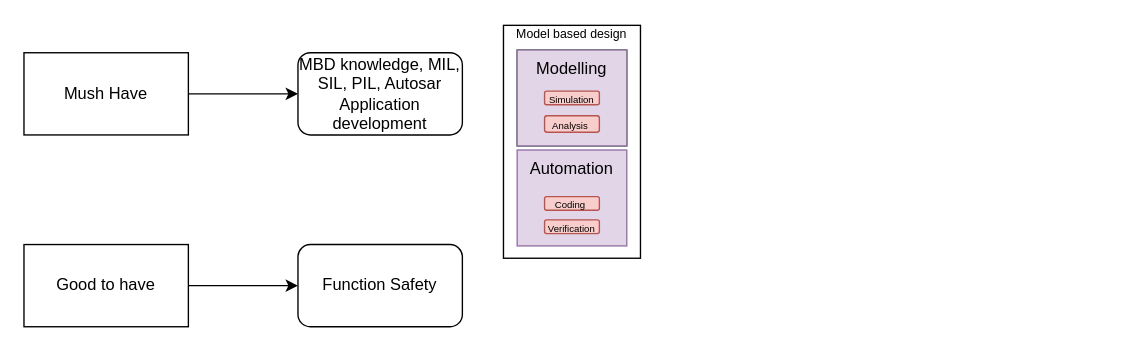
bapukokare/assignment keeps this draw.io diagram as maintenance comparision.drawio. Above is the earlier version. Source tidied: cells renumbered, new cells numbered last; positions are measured from the earlier drawing's top-left corner, leaving out a move shared by most shapes. Both pictures are drawn from the tidied source at 137%, with x=0, y=0 at pixel (23, 25).
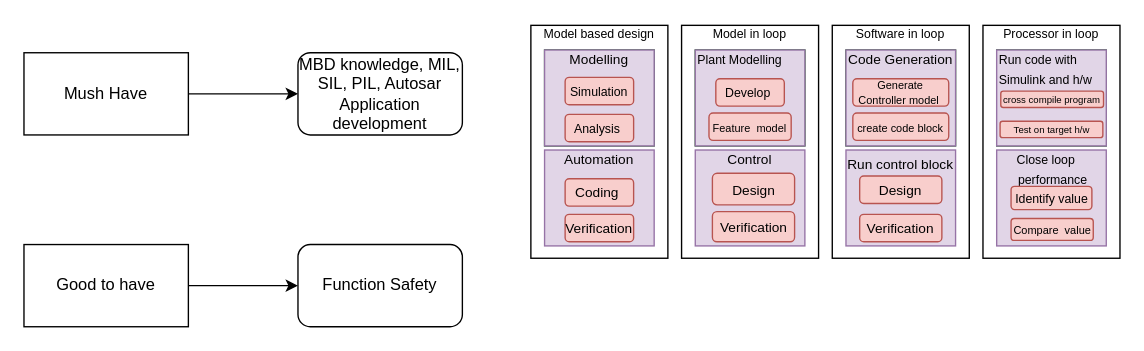
The same diagram, later.

Unchanged cells that the change refers to:
```xml
<mxCell id="10" style="group;" parent="8" vertex="1">
  <mxGeometry x="10" y="18" width="80" height="143" as="geometry" />
</mxCell>
<mxCell id="14" style="group;fillColor=#008a00;fontColor=#ffffff;strokeColor=#005700;" parent="10" vertex="1">
  <mxGeometry width="80" height="70" as="geometry" />
</mxCell>
```

Diff of the diagram source:
```diff
@@
     <mxCell id="8" style="group;" parent="1" vertex="1">
-      <mxGeometry x="350" width="100" height="170" as="geometry" />
+      <mxGeometry x="370" width="100" height="170" as="geometry" />
     </mxCell>
@@
-    <mxCell id="11" value="Automation&lt;br&gt;&lt;br&gt;&lt;br&gt;&lt;br&gt;" style="rounded=0;whiteSpace=wrap;html=1;fillColor=#e1d5e7;strokeColor=#9673a6;" parent="10" vertex="1">
+    <mxCell id="11" value="&lt;font style=&quot;font-size: 10px;&quot;&gt;Automation&lt;br&gt;&lt;br&gt;&lt;br&gt;&lt;br&gt;&lt;br&gt;&lt;/font&gt;" style="rounded=0;whiteSpace=wrap;html=1;fillColor=#e1d5e7;strokeColor=#9673a6;" parent="10" vertex="1">
       <mxGeometry y="73" width="80" height="70" as="geometry" />
     </mxCell>
-    <mxCell id="12" value="&lt;font style=&quot;font-size: 7px;&quot;&gt;Coding&amp;nbsp;&lt;/font&gt;" style="rounded=1;whiteSpace=wrap;html=1;align=center;fillColor=#f8cecc;strokeColor=#b85450;" parent="10" vertex="1">
-      <mxGeometry x="20" y="107" width="40" height="10" as="geometry" />
+    <mxCell id="12" value="&lt;font style=&quot;font-size: 10px;&quot;&gt;Coding&amp;nbsp;&lt;/font&gt;" style="rounded=1;whiteSpace=wrap;html=1;align=center;fillColor=#f8cecc;strokeColor=#b85450;" parent="10" vertex="1">
+      <mxGeometry x="15" y="94" width="50" height="20" as="geometry" />
     </mxCell>
-    <mxCell id="13" value="&lt;font style=&quot;font-size: 7px;&quot;&gt;Verification&lt;/font&gt;" style="rounded=1;whiteSpace=wrap;html=1;align=center;fillColor=#f8cecc;strokeColor=#b85450;" parent="10" vertex="1">
-      <mxGeometry x="20" y="124" width="40" height="10" as="geometry" />
+    <mxCell id="13" value="&lt;font style=&quot;font-size: 10px;&quot;&gt;Verification&lt;/font&gt;" style="rounded=1;whiteSpace=wrap;html=1;align=center;fillColor=#f8cecc;strokeColor=#b85450;" parent="10" vertex="1">
+      <mxGeometry x="15" y="120" width="50" height="20" as="geometry" />
     </mxCell>
@@
-    <mxCell id="15" value="Modelling&lt;br&gt;&lt;br&gt;&lt;br&gt;&lt;br&gt;" style="rounded=0;whiteSpace=wrap;html=1;fillColor=#e1d5e7;strokeColor=#9673a6;" parent="14" vertex="1">
+    <mxCell id="15" value="&lt;font style=&quot;font-size: 10px;&quot;&gt;Modelling&lt;br&gt;&lt;br&gt;&lt;br&gt;&lt;br&gt;&lt;br&gt;&lt;/font&gt;" style="rounded=0;whiteSpace=wrap;html=1;fillColor=#e1d5e7;strokeColor=#9673a6;" parent="14" vertex="1">
       <mxGeometry width="80" height="70" as="geometry" />
     </mxCell>
+    <mxCell id="17" value="&lt;font style=&quot;font-size: 9px;&quot;&gt;Analysis&amp;nbsp;&lt;/font&gt;" style="rounded=1;whiteSpace=wrap;html=1;align=center;fillColor=#f8cecc;strokeColor=#b85450;" parent="14" vertex="1">
+      <mxGeometry x="15" y="47" width="50" height="20" as="geometry" />
+    </mxCell>
-    <mxCell id="16" value="&lt;font style=&quot;font-size: 7px;&quot;&gt;Simulation&lt;/font&gt;" style="rounded=1;whiteSpace=wrap;html=1;align=center;fillColor=#f8cecc;strokeColor=#b85450;" parent="14" vertex="1">
-      <mxGeometry x="20" y="30" width="40" height="10" as="geometry" />
+    <mxCell id="16" value="&lt;font style=&quot;font-size: 9px;&quot;&gt;Simulation&lt;/font&gt;" style="rounded=1;whiteSpace=wrap;html=1;align=center;fillColor=#f8cecc;strokeColor=#b85450;" parent="10" vertex="1">
+      <mxGeometry x="15" y="20" width="50" height="20" as="geometry" />
     </mxCell>
-    <mxCell id="17" value="&lt;font style=&quot;font-size: 7px;&quot;&gt;Analysis&amp;nbsp;&lt;/font&gt;" style="rounded=1;whiteSpace=wrap;html=1;align=center;fillColor=#f8cecc;strokeColor=#b85450;" parent="14" vertex="1">
-      <mxGeometry x="20" y="48" width="40" height="12" as="geometry" />
-    </mxCell>
+    <mxCell id="18" style="group;" parent="1" vertex="1">
+      <mxGeometry x="480" width="100" height="170" as="geometry" />
+    </mxCell>
+    <mxCell id="19" value="&lt;font style=&quot;font-size: 9px;&quot;&gt;Model in loop&lt;br&gt;&lt;br&gt;&lt;br&gt;&lt;br&gt;&lt;br&gt;&lt;br&gt;&lt;br&gt;&lt;br&gt;&lt;br&gt;&lt;br&gt;&lt;br&gt;&lt;br&gt;&lt;/font&gt;" style="rounded=0;whiteSpace=wrap;html=1;" parent="18" vertex="1">
+      <mxGeometry width="100" height="170" as="geometry" />
+    </mxCell>
+    <mxCell id="20" style="group;" parent="18" vertex="1">
+      <mxGeometry x="10" y="18" width="80" height="143" as="geometry" />
+    </mxCell>
+    <mxCell id="21" value="&lt;font style=&quot;font-size: 10px;&quot;&gt;Control&lt;br&gt;&lt;br&gt;&lt;br&gt;&lt;br&gt;&lt;br&gt;&lt;/font&gt;" style="rounded=0;whiteSpace=wrap;html=1;fillColor=#e1d5e7;strokeColor=#9673a6;" parent="20" vertex="1">
+      <mxGeometry y="73" width="80" height="70" as="geometry" />
+    </mxCell>
+    <mxCell id="22" value="&lt;font style=&quot;font-size: 10px;&quot;&gt;Design&lt;/font&gt;" style="rounded=1;whiteSpace=wrap;html=1;align=center;fillColor=#f8cecc;strokeColor=#b85450;" parent="20" vertex="1">
+      <mxGeometry x="12.5" y="90" width="60" height="23" as="geometry" />
+    </mxCell>
+    <mxCell id="23" value="&lt;font style=&quot;font-size: 10px;&quot;&gt;Verification&lt;/font&gt;" style="rounded=1;whiteSpace=wrap;html=1;align=center;fillColor=#f8cecc;strokeColor=#b85450;" parent="20" vertex="1">
+      <mxGeometry x="12.5" y="118" width="60" height="22" as="geometry" />
+    </mxCell>
+    <mxCell id="24" style="group;fillColor=#008a00;fontColor=#ffffff;strokeColor=#005700;" parent="20" vertex="1">
+      <mxGeometry width="80" height="70" as="geometry" />
+    </mxCell>
+    <mxCell id="25" value="&lt;font style=&quot;font-size: 9px;&quot;&gt;&lt;font style=&quot;font-size: 9px;&quot;&gt;Plant Modelling&lt;br&gt;&lt;br&gt;&lt;/font&gt;&lt;br&gt;&lt;br&gt;&lt;br&gt;&lt;/font&gt;" style="rounded=0;whiteSpace=wrap;html=1;fillColor=#e1d5e7;strokeColor=#9673a6;align=left;" parent="24" vertex="1">
+      <mxGeometry width="80" height="70" as="geometry" />
+    </mxCell>
+    <mxCell id="26" value="&lt;font style=&quot;font-size: 9px;&quot;&gt;Develop&amp;nbsp;&lt;/font&gt;" style="rounded=1;whiteSpace=wrap;html=1;align=center;fillColor=#f8cecc;strokeColor=#b85450;" parent="24" vertex="1">
+      <mxGeometry x="15" y="21" width="50" height="20" as="geometry" />
+    </mxCell>
+    <mxCell id="27" value="&lt;p style=&quot;line-height: 100%;&quot;&gt;&lt;font style=&quot;font-size: 8px;&quot;&gt;Feature&amp;nbsp; model&lt;/font&gt;&lt;/p&gt;" style="rounded=1;whiteSpace=wrap;html=1;align=center;fillColor=#f8cecc;strokeColor=#b85450;" parent="24" vertex="1">
+      <mxGeometry x="10" y="46" width="60" height="20" as="geometry" />
+    </mxCell>
+    <mxCell id="28" style="group;" parent="1" vertex="1">
+      <mxGeometry x="590" width="100" height="170" as="geometry" />
+    </mxCell>
+    <mxCell id="29" value="&lt;font style=&quot;font-size: 9px;&quot;&gt;Software in loop&lt;br&gt;&lt;br&gt;&lt;br&gt;&lt;br&gt;&lt;br&gt;&lt;br&gt;&lt;br&gt;&lt;br&gt;&lt;br&gt;&lt;br&gt;&lt;br&gt;&lt;br&gt;&lt;/font&gt;" style="rounded=0;whiteSpace=wrap;html=1;" parent="28" vertex="1">
+      <mxGeometry width="100" height="170" as="geometry" />
+    </mxCell>
+    <mxCell id="30" style="group;" parent="28" vertex="1">
+      <mxGeometry x="10" y="18" width="80" height="143" as="geometry" />
+    </mxCell>
+    <mxCell id="31" value="&lt;p style=&quot;line-height: 80%; font-size: 10px;&quot;&gt;Run control block&lt;br&gt;&lt;br&gt;&lt;br&gt;&lt;br&gt;&lt;br&gt;&lt;/p&gt;&lt;p style=&quot;line-height: 80%; font-size: 10px;&quot;&gt;&lt;br&gt;&lt;/p&gt;" style="rounded=0;whiteSpace=wrap;html=1;fillColor=#e1d5e7;strokeColor=#9673a6;" parent="30" vertex="1">
+      <mxGeometry y="73" width="80" height="70" as="geometry" />
+    </mxCell>
+    <mxCell id="32" value="&lt;font style=&quot;font-size: 10px;&quot;&gt;Design&lt;/font&gt;" style="rounded=1;whiteSpace=wrap;html=1;align=center;fillColor=#f8cecc;strokeColor=#b85450;" parent="30" vertex="1">
+      <mxGeometry x="10" y="92" width="60" height="20" as="geometry" />
+    </mxCell>
+    <mxCell id="33" value="&lt;font style=&quot;font-size: 10px;&quot;&gt;Verification&lt;/font&gt;" style="rounded=1;whiteSpace=wrap;html=1;align=center;fillColor=#f8cecc;strokeColor=#b85450;" parent="30" vertex="1">
+      <mxGeometry x="10" y="120" width="60" height="20" as="geometry" />
+    </mxCell>
+    <mxCell id="34" style="group;fillColor=#008a00;fontColor=#ffffff;strokeColor=#005700;" parent="30" vertex="1">
+      <mxGeometry width="80" height="70" as="geometry" />
+    </mxCell>
+    <mxCell id="35" value="&lt;font style=&quot;font-size: 10px;&quot;&gt;&lt;font style=&quot;font-size: 10px;&quot;&gt;Code Generation&lt;br&gt;&lt;br&gt;&lt;/font&gt;&lt;br&gt;&lt;br&gt;&lt;br&gt;&lt;/font&gt;" style="rounded=0;whiteSpace=wrap;html=1;fillColor=#e1d5e7;strokeColor=#9673a6;align=left;" parent="34" vertex="1">
+      <mxGeometry width="80" height="70" as="geometry" />
+    </mxCell>
+    <mxCell id="36" value="&lt;p style=&quot;line-height: 80%;&quot;&gt;&lt;font style=&quot;font-size: 8px;&quot;&gt;Generate Controller model&amp;nbsp;&lt;/font&gt;&lt;/p&gt;" style="rounded=1;whiteSpace=wrap;html=1;align=center;fillColor=#f8cecc;strokeColor=#b85450;" parent="34" vertex="1">
+      <mxGeometry x="5" y="21" width="70" height="20" as="geometry" />
+    </mxCell>
+    <mxCell id="37" value="&lt;p style=&quot;line-height: 100%;&quot;&gt;&lt;font style=&quot;font-size: 8px;&quot;&gt;create code block&lt;/font&gt;&lt;/p&gt;" style="rounded=1;whiteSpace=wrap;html=1;align=center;fillColor=#f8cecc;strokeColor=#b85450;" parent="34" vertex="1">
+      <mxGeometry x="5" y="46" width="70" height="20" as="geometry" />
+    </mxCell>
+    <mxCell id="38" style="group;" parent="1" vertex="1">
+      <mxGeometry x="700" width="100" height="170" as="geometry" />
+    </mxCell>
+    <mxCell id="39" value="&lt;font style=&quot;font-size: 9px;&quot;&gt;Processor in loop&lt;br&gt;&lt;br&gt;&lt;br&gt;&lt;br&gt;&lt;br&gt;&lt;br&gt;&lt;br&gt;&lt;br&gt;&lt;br&gt;&lt;br&gt;&lt;br&gt;&lt;br&gt;&lt;/font&gt;" style="rounded=0;whiteSpace=wrap;html=1;" parent="38" vertex="1">
+      <mxGeometry width="100" height="170" as="geometry" />
+    </mxCell>
+    <mxCell id="40" style="group;" parent="38" vertex="1">
+      <mxGeometry x="10" y="18" width="80" height="143" as="geometry" />
+    </mxCell>
+    <mxCell id="41" value="&lt;p style=&quot;line-height: 90%;&quot;&gt;&lt;/p&gt;&lt;div style=&quot;&quot;&gt;&lt;span style=&quot;font-size: 9px; background-color: initial;&quot;&gt;Close loop&amp;nbsp; &amp;nbsp; &amp;nbsp;performance&lt;/span&gt;&lt;/div&gt;&lt;font style=&quot;font-size: 9px;&quot;&gt;&lt;br&gt;&lt;br&gt;&lt;br&gt;&lt;/font&gt;&lt;p&gt;&lt;/p&gt;" style="rounded=0;whiteSpace=wrap;html=1;fillColor=#e1d5e7;strokeColor=#9673a6;align=center;" parent="40" vertex="1">
+      <mxGeometry y="73" width="80" height="70" as="geometry" />
+    </mxCell>
+    <mxCell id="42" value="&lt;font style=&quot;font-size: 9px;&quot;&gt;Identify value&lt;/font&gt;" style="rounded=1;whiteSpace=wrap;html=1;align=center;fillColor=#f8cecc;strokeColor=#b85450;" parent="40" vertex="1">
+      <mxGeometry x="10.5" y="99.5" width="59" height="17" as="geometry" />
+    </mxCell>
+    <mxCell id="43" value="&lt;font style=&quot;font-size: 8px;&quot;&gt;Compare&amp;nbsp; value&lt;/font&gt;" style="rounded=1;whiteSpace=wrap;html=1;align=center;fillColor=#f8cecc;strokeColor=#b85450;" parent="40" vertex="1">
+      <mxGeometry x="10.5" y="123" width="60" height="16" as="geometry" />
+    </mxCell>
+    <mxCell id="44" style="group;fillColor=#008a00;fontColor=#ffffff;strokeColor=#005700;" parent="40" vertex="1">
+      <mxGeometry width="80" height="70" as="geometry" />
+    </mxCell>
+    <mxCell id="45" value="&lt;font style=&quot;font-size: 9px;&quot;&gt;&lt;font style=&quot;font-size: 9px;&quot;&gt;Run code with Simulink and h/w&lt;br&gt;&lt;br&gt;&lt;/font&gt;&lt;br&gt;&lt;br&gt;&lt;/font&gt;" style="rounded=0;whiteSpace=wrap;html=1;fillColor=#e1d5e7;strokeColor=#9673a6;align=left;" parent="44" vertex="1">
+      <mxGeometry width="80" height="70" as="geometry" />
+    </mxCell>
+    <mxCell id="46" value="&lt;p style=&quot;line-height: 80%;&quot;&gt;&lt;span style=&quot;font-size: 7px;&quot;&gt;cross compile program&lt;/span&gt;&lt;/p&gt;" style="rounded=1;whiteSpace=wrap;html=1;align=center;fillColor=#f8cecc;strokeColor=#b85450;" parent="44" vertex="1">
+      <mxGeometry x="3" y="30" width="75" height="12" as="geometry" />
+    </mxCell>
+    <mxCell id="47" value="&lt;p style=&quot;line-height: 80%;&quot;&gt;&lt;span style=&quot;font-size: 7px;&quot;&gt;Test on target h/w&lt;/span&gt;&lt;/p&gt;" style="rounded=1;whiteSpace=wrap;html=1;align=center;fillColor=#f8cecc;strokeColor=#b85450;" parent="44" vertex="1">
+      <mxGeometry x="2.5" y="52" width="75" height="12" as="geometry" />
+    </mxCell>
```
